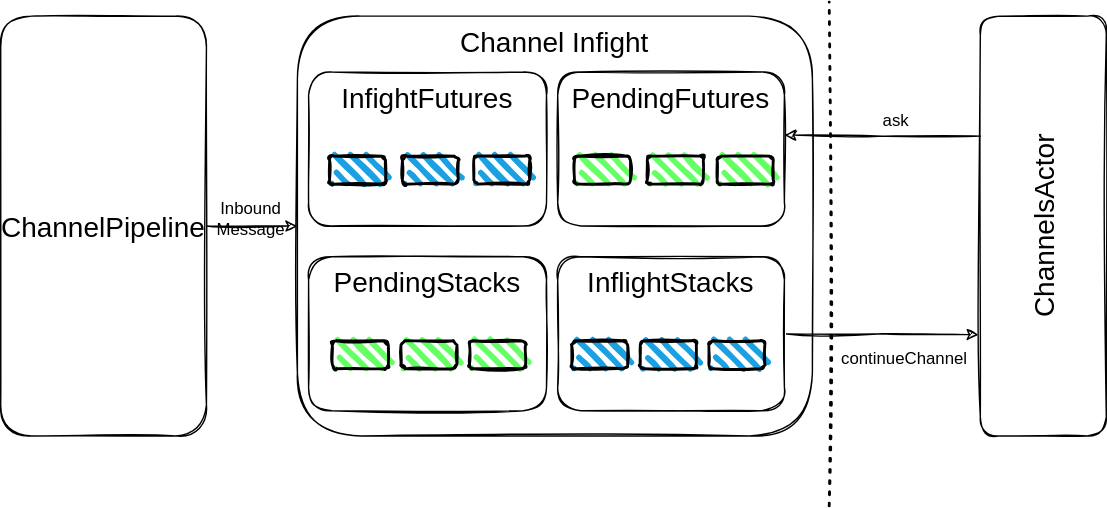
otavia-projects/otavia keeps this draw.io diagram as docs/_assets/images/channel_inflight.drawio.svg. Above is the earlier version. Source tidied: cells renumbered, new cells last; positions are measured from the earlier drawing's top-left corner, leaving out a move shared by most shapes.
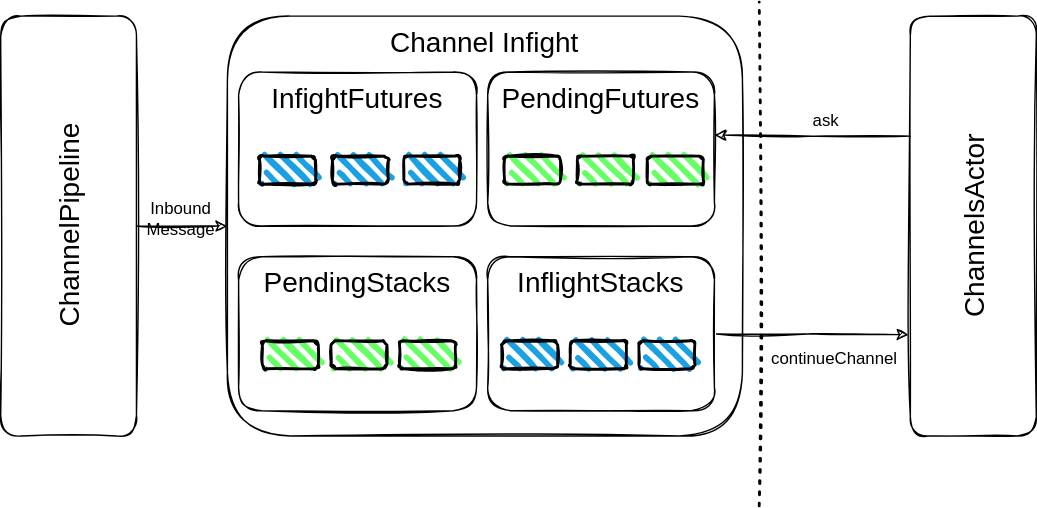
Above is the later version.

The edit, as a diff of the source:
```diff
@@ -5,8 +5,8 @@
     <mxCell id="2" style="edgeStyle=orthogonalEdgeStyle;rounded=0;jettySize=auto;html=1;entryX=0;entryY=0.5;entryDx=0;entryDy=0;sketch=1;" parent="1" edge="1" source="3" target="4">
       <mxGeometry relative="1" as="geometry" />
     </mxCell>
-    <mxCell id="3" value="&lt;font style=&quot;font-size: 20px&quot;&gt;ChannelPipeline&lt;/font&gt;" style="rounded=1;whiteSpace=wrap;html=1;verticalAlign=middle;sketch=1;gradientColor=none;" parent="1" vertex="1">
-      <mxGeometry y="10" width="147" height="300" as="geometry" />
+    <mxCell id="3" value="&lt;font style=&quot;font-size: 20px&quot;&gt;ChannelPipeline&lt;/font&gt;" style="rounded=1;whiteSpace=wrap;html=1;verticalAlign=middle;sketch=1;gradientColor=none;horizontal=0;" parent="1" vertex="1">
+      <mxGeometry x="50" y="10" width="97" height="300" as="geometry" />
     </mxCell>
     <mxCell id="4" value="&lt;font style=&quot;font-size: 20px&quot;&gt;Channel Infight&lt;/font&gt;" style="rounded=1;whiteSpace=wrap;html=1;verticalAlign=top;sketch=1;" parent="1" vertex="1">
       <mxGeometry x="212" y="10" width="368" height="300" as="geometry" />
```
